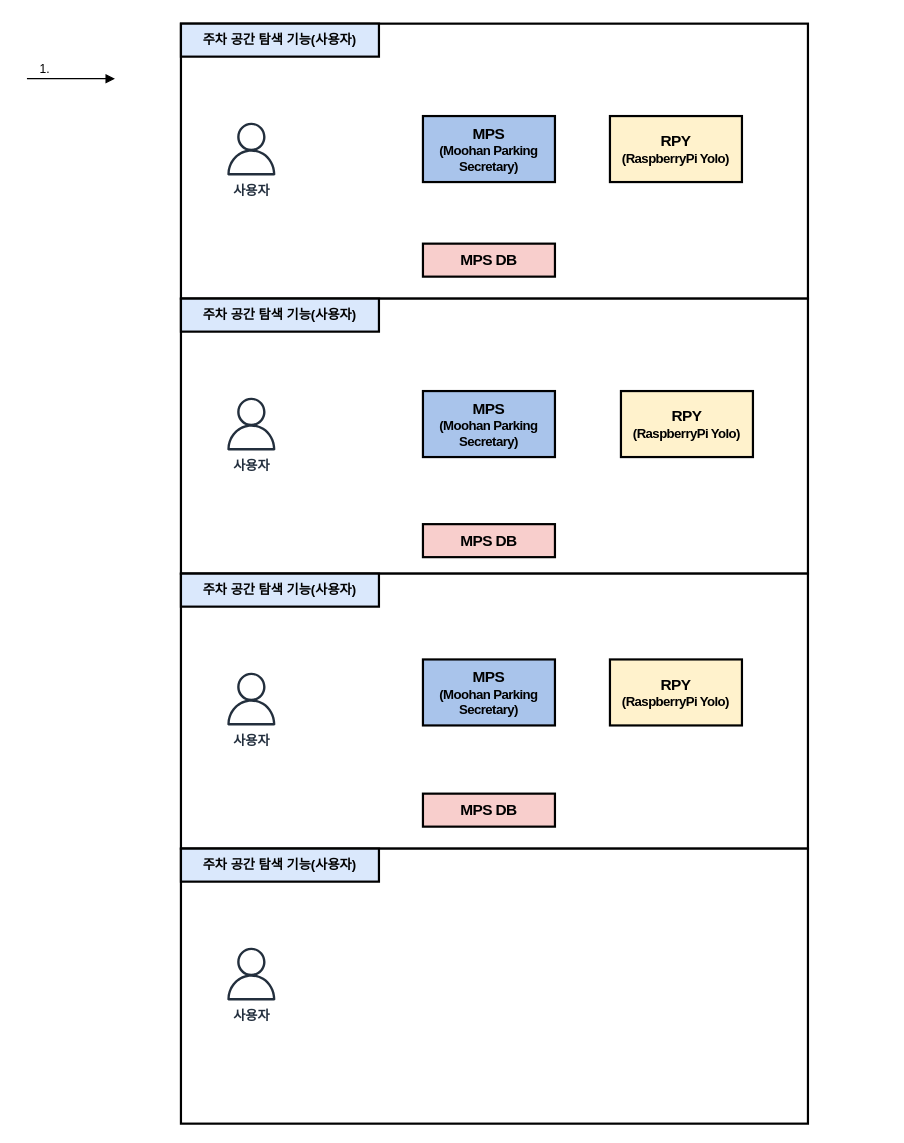
The draw.io diagram page "유스케이스-1" (2 of 2) of 제목 없는 다이어그램.drawio in hyun10144/Lecture3-1, before the edit. Source tidied: cells renumbered, new cells numbered last; positions are measured from the earlier drawing's top-left corner, leaving out a move shared by most shapes. Both pictures are drawn from the tidied source at 110%, with x=0, y=0 at pixel (26, 23).
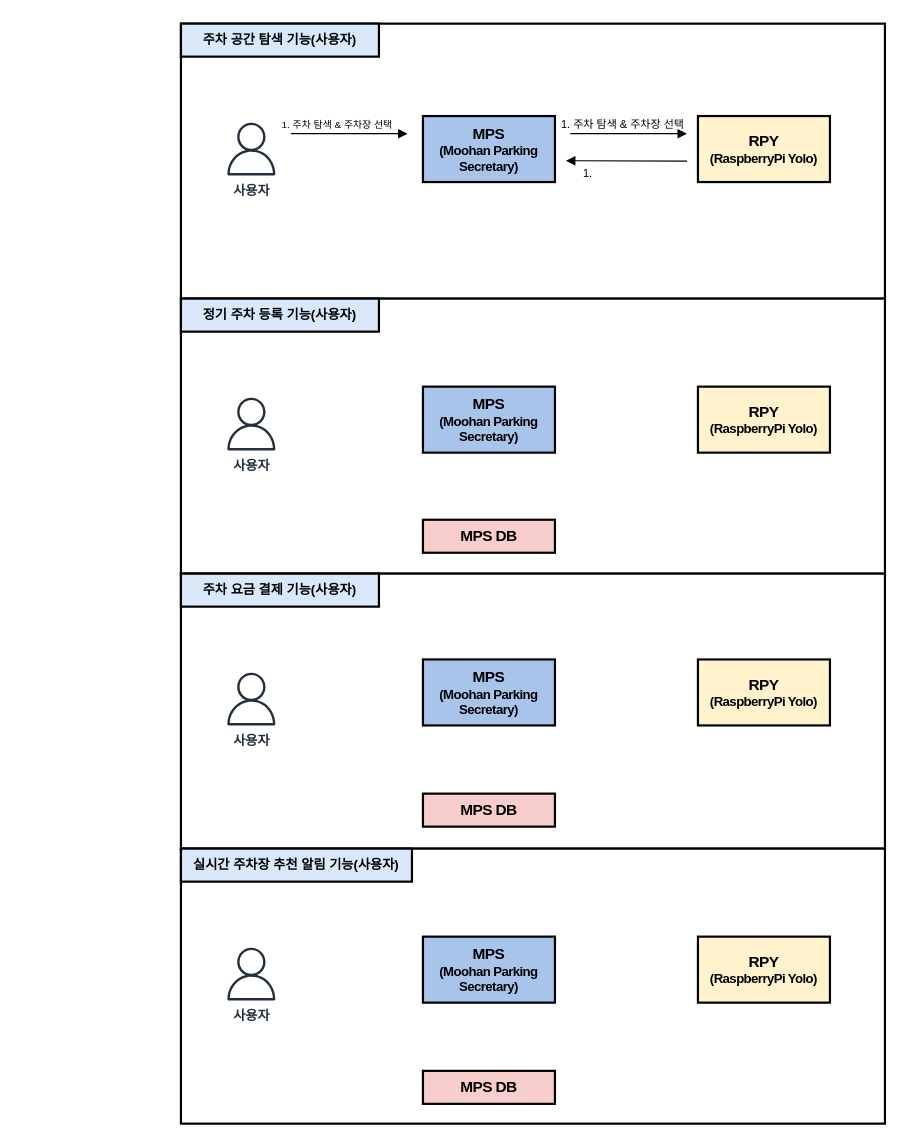
The same diagram, later.

Commit message (it also covers changes not shown here):
제목 없는 다이어그램.drawio 업데이트

What changed in the source:
```diff
@@
     <mxCell id="2" style="rounded=0;whiteSpace=wrap;html=1;strokeWidth=2;strokeColor=#000000;" parent="1" vertex="1">
-      <mxGeometry x="140" width="570" height="250" as="geometry" />
+      <mxGeometry x="140" width="640" height="250" as="geometry" />
     </mxCell>
@@
     <mxCell id="5" style="rounded=0;whiteSpace=wrap;html=1;strokeWidth=2;strokeColor=#000000;" parent="1" vertex="1">
-      <mxGeometry x="140" y="250" width="570" height="250" as="geometry" />
+      <mxGeometry x="140" y="250" width="640" height="250" as="geometry" />
     </mxCell>
-    <mxCell id="6" value="&lt;p class=&quot;0&quot;&gt;&lt;span style=&quot;font-family: &amp;quot;맑은 고딕&amp;quot;;&quot;&gt;&lt;font style=&quot;font-size: 12px;&quot;&gt;&lt;b&gt;주차 공간 탐색 기능(사용자)&lt;/b&gt;&lt;/font&gt;&lt;/span&gt;&lt;/p&gt;&lt;div class=&quot;hwp_editor_board_content&quot; id=&quot;hwpEditorBoardContent&quot;&gt;&lt;/div&gt;" style="rounded=0;whiteSpace=wrap;html=1;strokeWidth=2;fillColor=#dae8fc;strokeColor=#000000;" parent="1" vertex="1">
+    <mxCell id="6" value="&lt;p class=&quot;0&quot;&gt;&lt;span style=&quot;font-family: &amp;quot;맑은 고딕&amp;quot;;&quot;&gt;&lt;font style=&quot;font-size: 12px;&quot;&gt;&lt;b&gt;정기 주차 등록 기능(사용자)&lt;/b&gt;&lt;/font&gt;&lt;/span&gt;&lt;/p&gt;&lt;div class=&quot;hwp_editor_board_content&quot; id=&quot;hwpEditorBoardContent&quot;&gt;&lt;/div&gt;" style="rounded=0;whiteSpace=wrap;html=1;strokeWidth=2;fillColor=#dae8fc;strokeColor=#000000;" parent="1" vertex="1">
       <mxGeometry x="140" y="250" width="180" height="30" as="geometry" />
     </mxCell>
@@
     <mxCell id="8" style="rounded=0;whiteSpace=wrap;html=1;strokeWidth=2;" parent="1" vertex="1">
-      <mxGeometry x="140" y="500" width="570" height="250" as="geometry" />
+      <mxGeometry x="140" y="500" width="640" height="250" as="geometry" />
     </mxCell>
-    <mxCell id="9" value="&lt;p class=&quot;0&quot;&gt;&lt;span style=&quot;font-family: &amp;quot;맑은 고딕&amp;quot;;&quot;&gt;&lt;font style=&quot;font-size: 12px;&quot;&gt;&lt;b&gt;주차 공간 탐색 기능(사용자)&lt;/b&gt;&lt;/font&gt;&lt;/span&gt;&lt;/p&gt;&lt;div class=&quot;hwp_editor_board_content&quot; id=&quot;hwpEditorBoardContent&quot;&gt;&lt;/div&gt;" style="rounded=0;whiteSpace=wrap;html=1;strokeWidth=2;fillColor=#dae8fc;strokeColor=#000000;" parent="1" vertex="1">
+    <mxCell id="9" value="&lt;p class=&quot;0&quot;&gt;&lt;span style=&quot;font-family: &amp;quot;맑은 고딕&amp;quot;;&quot;&gt;&lt;font style=&quot;font-size: 12px;&quot;&gt;&lt;b&gt;주차 요금 결제 기능(사용자)&lt;/b&gt;&lt;/font&gt;&lt;/span&gt;&lt;/p&gt;&lt;div class=&quot;hwp_editor_board_content&quot; id=&quot;hwpEditorBoardContent&quot;&gt;&lt;/div&gt;" style="rounded=0;whiteSpace=wrap;html=1;strokeWidth=2;fillColor=#dae8fc;strokeColor=#000000;" parent="1" vertex="1">
       <mxGeometry x="140" y="500" width="180" height="30" as="geometry" />
     </mxCell>
@@
     <mxCell id="11" style="rounded=0;whiteSpace=wrap;html=1;strokeWidth=2;" parent="1" vertex="1">
-      <mxGeometry x="140" y="750" width="570" height="250" as="geometry" />
+      <mxGeometry x="140" y="750" width="640" height="250" as="geometry" />
     </mxCell>
-    <mxCell id="12" value="&lt;p class=&quot;0&quot;&gt;&lt;span style=&quot;font-family: &amp;quot;맑은 고딕&amp;quot;;&quot;&gt;&lt;font style=&quot;font-size: 12px;&quot;&gt;&lt;b&gt;주차 공간 탐색 기능(사용자)&lt;/b&gt;&lt;/font&gt;&lt;/span&gt;&lt;/p&gt;&lt;div class=&quot;hwp_editor_board_content&quot; id=&quot;hwpEditorBoardContent&quot;&gt;&lt;/div&gt;" style="rounded=0;whiteSpace=wrap;html=1;strokeWidth=2;fillColor=#dae8fc;strokeColor=#000000;" parent="1" vertex="1">
-      <mxGeometry x="140" y="750" width="180" height="30" as="geometry" />
+    <mxCell id="12" value="&lt;p class=&quot;0&quot;&gt;&lt;span style=&quot;font-family: &amp;quot;맑은 고딕&amp;quot;;&quot;&gt;&lt;font style=&quot;font-size: 12px;&quot;&gt;&lt;b&gt;실시간 주차장 추천 알림 기능(사용자)&lt;/b&gt;&lt;/font&gt;&lt;/span&gt;&lt;/p&gt;&lt;div class=&quot;hwp_editor_board_content&quot; id=&quot;hwpEditorBoardContent&quot;&gt;&lt;/div&gt;" style="rounded=0;whiteSpace=wrap;html=1;strokeWidth=2;fillColor=#dae8fc;strokeColor=#000000;" parent="1" vertex="1">
+      <mxGeometry x="140" y="750" width="210" height="30" as="geometry" />
     </mxCell>
@@
     <mxCell id="15" value="&lt;p style=&quot;mso-pagination:none;text-autospace:none;mso-padding-alt:0pt 0pt 0pt 0pt;&quot; class=&quot;0&quot;&gt;&lt;span style=&quot;font-family: &amp;quot;맑은 고딕&amp;quot;; letter-spacing: -0.4pt; background-color: initial;&quot;&gt;&lt;b&gt;&lt;font style=&quot;font-size: 14px;&quot;&gt;RPY&lt;/font&gt;&lt;br&gt;&lt;font style=&quot;font-size: 12px;&quot;&gt;(RaspberryPi Yolo)&lt;/font&gt;&lt;/b&gt;&lt;/span&gt;&lt;/p&gt;&lt;div class=&quot;hwp_editor_board_content&quot; id=&quot;hwpEditorBoardContent&quot;&gt;&lt;/div&gt;" style="rounded=0;whiteSpace=wrap;html=1;strokeWidth=2;fillColor=#fff2cc;strokeColor=#000000;" parent="1" vertex="1">
-      <mxGeometry x="530" y="84" width="120" height="60" as="geometry" />
+      <mxGeometry x="610" y="84" width="120" height="60" as="geometry" />
     </mxCell>
     <mxCell id="16" value="&lt;p style=&quot;mso-pagination:none;text-autospace:none;mso-padding-alt:0pt 0pt 0pt 0pt;&quot; class=&quot;0&quot;&gt;&lt;b&gt;&lt;span style=&quot;font-family: &amp;quot;맑은 고딕&amp;quot;; letter-spacing: -0.4pt;&quot; lang=&quot;EN-US&quot;&gt;&lt;span style=&quot;font-size: 14px;&quot;&gt;MPS&lt;/span&gt;&lt;span style=&quot;font-size: 14px;&quot;&gt;&lt;br&gt;&lt;/span&gt;&lt;/span&gt;&lt;span style=&quot;font-family: &amp;quot;맑은 고딕&amp;quot;; letter-spacing: -0.4pt; background-color: initial;&quot;&gt;(Moohan Parking Secretary)&lt;/span&gt;&lt;/b&gt;&lt;/p&gt;&lt;div class=&quot;hwp_editor_board_content&quot; id=&quot;hwpEditorBoardContent&quot;&gt;&lt;/div&gt;" style="rounded=0;whiteSpace=wrap;html=1;strokeWidth=2;fillColor=#A9C4EB;strokeColor=#000000;" parent="1" vertex="1">
-      <mxGeometry x="360" y="334" width="120" height="60" as="geometry" />
+      <mxGeometry x="360" y="330" width="120" height="60" as="geometry" />
     </mxCell>
     <mxCell id="17" value="&lt;p style=&quot;mso-pagination:none;text-autospace:none;mso-padding-alt:0pt 0pt 0pt 0pt;&quot; class=&quot;0&quot;&gt;&lt;span style=&quot;font-family: &amp;quot;맑은 고딕&amp;quot;; letter-spacing: -0.4pt; background-color: initial;&quot;&gt;&lt;b&gt;&lt;font style=&quot;font-size: 14px;&quot;&gt;RPY&lt;/font&gt;&lt;br&gt;&lt;font style=&quot;font-size: 12px;&quot;&gt;(RaspberryPi Yolo)&lt;/font&gt;&lt;/b&gt;&lt;/span&gt;&lt;/p&gt;&lt;div class=&quot;hwp_editor_board_content&quot; id=&quot;hwpEditorBoardContent&quot;&gt;&lt;/div&gt;" style="rounded=0;whiteSpace=wrap;html=1;strokeWidth=2;fillColor=#fff2cc;strokeColor=#000000;" parent="1" vertex="1">
-      <mxGeometry x="540" y="334" width="120" height="60" as="geometry" />
+      <mxGeometry x="610" y="330" width="120" height="60" as="geometry" />
     </mxCell>
@@
     <mxCell id="19" value="&lt;p style=&quot;mso-pagination:none;text-autospace:none;mso-padding-alt:0pt 0pt 0pt 0pt;&quot; class=&quot;0&quot;&gt;&lt;span style=&quot;font-family: &amp;quot;맑은 고딕&amp;quot;; letter-spacing: -0.4pt; background-color: initial;&quot;&gt;&lt;b&gt;&lt;font style=&quot;font-size: 14px;&quot;&gt;RPY&lt;/font&gt;&lt;br&gt;&lt;font style=&quot;font-size: 12px;&quot;&gt;(RaspberryPi Yolo)&lt;/font&gt;&lt;/b&gt;&lt;/span&gt;&lt;/p&gt;&lt;div class=&quot;hwp_editor_board_content&quot; id=&quot;hwpEditorBoardContent&quot;&gt;&lt;/div&gt;" style="rounded=0;whiteSpace=wrap;html=1;strokeWidth=2;fillColor=#fff2cc;strokeColor=#000000;" parent="1" vertex="1">
-      <mxGeometry x="530" y="578" width="120" height="60" as="geometry" />
+      <mxGeometry x="610" y="578" width="120" height="60" as="geometry" />
     </mxCell>
-    <mxCell id="20" value="&lt;p style=&quot;mso-pagination:none;text-autospace:none;mso-padding-alt:0pt 0pt 0pt 0pt;&quot; class=&quot;0&quot;&gt;&lt;b&gt;&lt;span style=&quot;font-family: &amp;quot;맑은 고딕&amp;quot;; letter-spacing: -0.4pt;&quot; lang=&quot;EN-US&quot;&gt;&lt;span style=&quot;font-size: 14px;&quot;&gt;MPS DB&lt;/span&gt;&lt;/span&gt;&lt;br&gt;&lt;/b&gt;&lt;/p&gt;&lt;div class=&quot;hwp_editor_board_content&quot; id=&quot;hwpEditorBoardContent&quot;&gt;&lt;/div&gt;" style="rounded=0;whiteSpace=wrap;html=1;strokeWidth=2;fillColor=#f8cecc;strokeColor=#000000;" parent="1" vertex="1">
-      <mxGeometry x="360" y="200" width="120" height="30" as="geometry" />
-    </mxCell>
     <mxCell id="21" value="&lt;p style=&quot;mso-pagination:none;text-autospace:none;mso-padding-alt:0pt 0pt 0pt 0pt;&quot; class=&quot;0&quot;&gt;&lt;b&gt;&lt;span style=&quot;font-family: &amp;quot;맑은 고딕&amp;quot;; letter-spacing: -0.4pt;&quot; lang=&quot;EN-US&quot;&gt;&lt;span style=&quot;font-size: 14px;&quot;&gt;MPS DB&lt;/span&gt;&lt;/span&gt;&lt;br&gt;&lt;/b&gt;&lt;/p&gt;&lt;div class=&quot;hwp_editor_board_content&quot; id=&quot;hwpEditorBoardContent&quot;&gt;&lt;/div&gt;" style="rounded=0;whiteSpace=wrap;html=1;strokeWidth=2;fillColor=#f8cecc;strokeColor=#000000;" parent="1" vertex="1">
-      <mxGeometry x="360" y="455" width="120" height="30" as="geometry" />
+      <mxGeometry x="360" y="451" width="120" height="30" as="geometry" />
     </mxCell>
@@
-    <mxCell id="23" value="1.&amp;nbsp;" style="html=1;verticalAlign=bottom;labelBackgroundColor=none;endArrow=block;endFill=1;endSize=6;align=left;rounded=0;" parent="1" edge="1">
-      <mxGeometry x="-0.75" relative="1" as="geometry">
-        <mxPoint y="50" as="sourcePoint" />
-        <mxPoint x="80" y="50" as="targetPoint" />
+    <mxCell id="23" value="&lt;font style=&quot;font-size: 9px;&quot;&gt;1. 주차 탐색 &amp;amp; 주차장 선택&lt;/font&gt;" style="html=1;verticalAlign=bottom;labelBackgroundColor=none;endArrow=block;endFill=1;endSize=6;align=left;rounded=0;" parent="1" edge="1">
+      <mxGeometry x="-1" y="-10" relative="1" as="geometry">
+        <mxPoint x="240" y="100" as="sourcePoint" />
+        <mxPoint x="346" y="100" as="targetPoint" />
+        <mxPoint x="-10" y="-10" as="offset" />
       </mxGeometry>
     </mxCell>
+    <mxCell id="24" value="&lt;font style=&quot;font-size: 10px;&quot;&gt;1.&amp;nbsp;&lt;/font&gt;" style="html=1;verticalAlign=bottom;labelBackgroundColor=none;endArrow=none;endFill=0;endSize=6;align=left;rounded=0;startArrow=block;startFill=1;" parent="1" edge="1">
+      <mxGeometry x="-0.74" y="-20" relative="1" as="geometry">
+        <mxPoint x="490" y="124.6" as="sourcePoint" />
+        <mxPoint x="600" y="125" as="targetPoint" />
+      </mxGeometry>
+    </mxCell>
+    <mxCell id="25" value="&lt;font style=&quot;font-size: 10px;&quot;&gt;1. 주차 탐색 &amp;amp; 주차장 선택&lt;/font&gt;" style="html=1;verticalAlign=bottom;labelBackgroundColor=none;endArrow=block;endFill=1;endSize=6;align=left;rounded=0;" parent="1" edge="1">
+      <mxGeometry x="-1" y="-10" relative="1" as="geometry">
+        <mxPoint x="494" y="100" as="sourcePoint" />
+        <mxPoint x="600" y="100" as="targetPoint" />
+        <mxPoint x="-10" y="-10" as="offset" />
+      </mxGeometry>
+    </mxCell>
+    <mxCell id="26" value="&lt;p style=&quot;mso-pagination:none;text-autospace:none;mso-padding-alt:0pt 0pt 0pt 0pt;&quot; class=&quot;0&quot;&gt;&lt;b&gt;&lt;span style=&quot;font-family: &amp;quot;맑은 고딕&amp;quot;; letter-spacing: -0.4pt;&quot; lang=&quot;EN-US&quot;&gt;&lt;span style=&quot;font-size: 14px;&quot;&gt;MPS&lt;/span&gt;&lt;span style=&quot;font-size: 14px;&quot;&gt;&lt;br&gt;&lt;/span&gt;&lt;/span&gt;&lt;span style=&quot;font-family: &amp;quot;맑은 고딕&amp;quot;; letter-spacing: -0.4pt; background-color: initial;&quot;&gt;(Moohan Parking Secretary)&lt;/span&gt;&lt;/b&gt;&lt;/p&gt;&lt;div class=&quot;hwp_editor_board_content&quot; id=&quot;hwpEditorBoardContent&quot;&gt;&lt;/div&gt;" style="rounded=0;whiteSpace=wrap;html=1;strokeWidth=2;fillColor=#A9C4EB;strokeColor=#000000;" parent="1" vertex="1">
+      <mxGeometry x="360" y="830" width="120" height="60" as="geometry" />
+    </mxCell>
+    <mxCell id="27" value="&lt;p style=&quot;mso-pagination:none;text-autospace:none;mso-padding-alt:0pt 0pt 0pt 0pt;&quot; class=&quot;0&quot;&gt;&lt;span style=&quot;font-family: &amp;quot;맑은 고딕&amp;quot;; letter-spacing: -0.4pt; background-color: initial;&quot;&gt;&lt;b&gt;&lt;font style=&quot;font-size: 14px;&quot;&gt;RPY&lt;/font&gt;&lt;br&gt;&lt;font style=&quot;font-size: 12px;&quot;&gt;(RaspberryPi Yolo)&lt;/font&gt;&lt;/b&gt;&lt;/span&gt;&lt;/p&gt;&lt;div class=&quot;hwp_editor_board_content&quot; id=&quot;hwpEditorBoardContent&quot;&gt;&lt;/div&gt;" style="rounded=0;whiteSpace=wrap;html=1;strokeWidth=2;fillColor=#fff2cc;strokeColor=#000000;" parent="1" vertex="1">
+      <mxGeometry x="610" y="830" width="120" height="60" as="geometry" />
+    </mxCell>
+    <mxCell id="20" value="&lt;p style=&quot;mso-pagination:none;text-autospace:none;mso-padding-alt:0pt 0pt 0pt 0pt;&quot; class=&quot;0&quot;&gt;&lt;b&gt;&lt;span style=&quot;font-family: &amp;quot;맑은 고딕&amp;quot;; letter-spacing: -0.4pt;&quot; lang=&quot;EN-US&quot;&gt;&lt;span style=&quot;font-size: 14px;&quot;&gt;MPS DB&lt;/span&gt;&lt;/span&gt;&lt;br&gt;&lt;/b&gt;&lt;/p&gt;&lt;div class=&quot;hwp_editor_board_content&quot; id=&quot;hwpEditorBoardContent&quot;&gt;&lt;/div&gt;" style="rounded=0;whiteSpace=wrap;html=1;strokeWidth=2;fillColor=#f8cecc;strokeColor=#000000;" parent="1" vertex="1">
+      <mxGeometry x="360" y="952" width="120" height="30" as="geometry" />
+    </mxCell>
```
